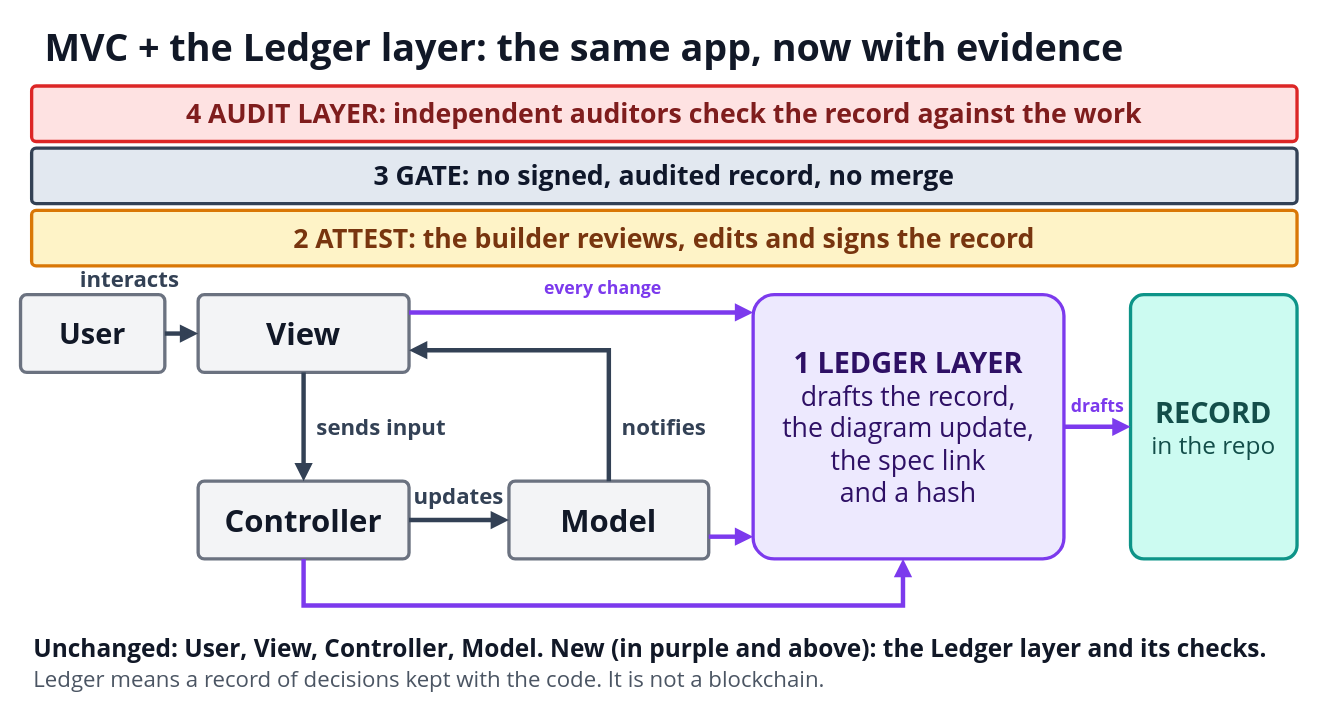
Above: diagrams/08b-mvc-with-ledger-layer.drawio in i-asimkhan/ledger-layer-pattern (draw.io), before the change. Source tidied: cells renumbered, new cells numbered last; positions are measured from the earlier drawing's top-left corner, leaving out a move shared by most shapes. Both pictures are drawn from the tidied source at 111%, with x=0, y=0 at pixel (20, 19).
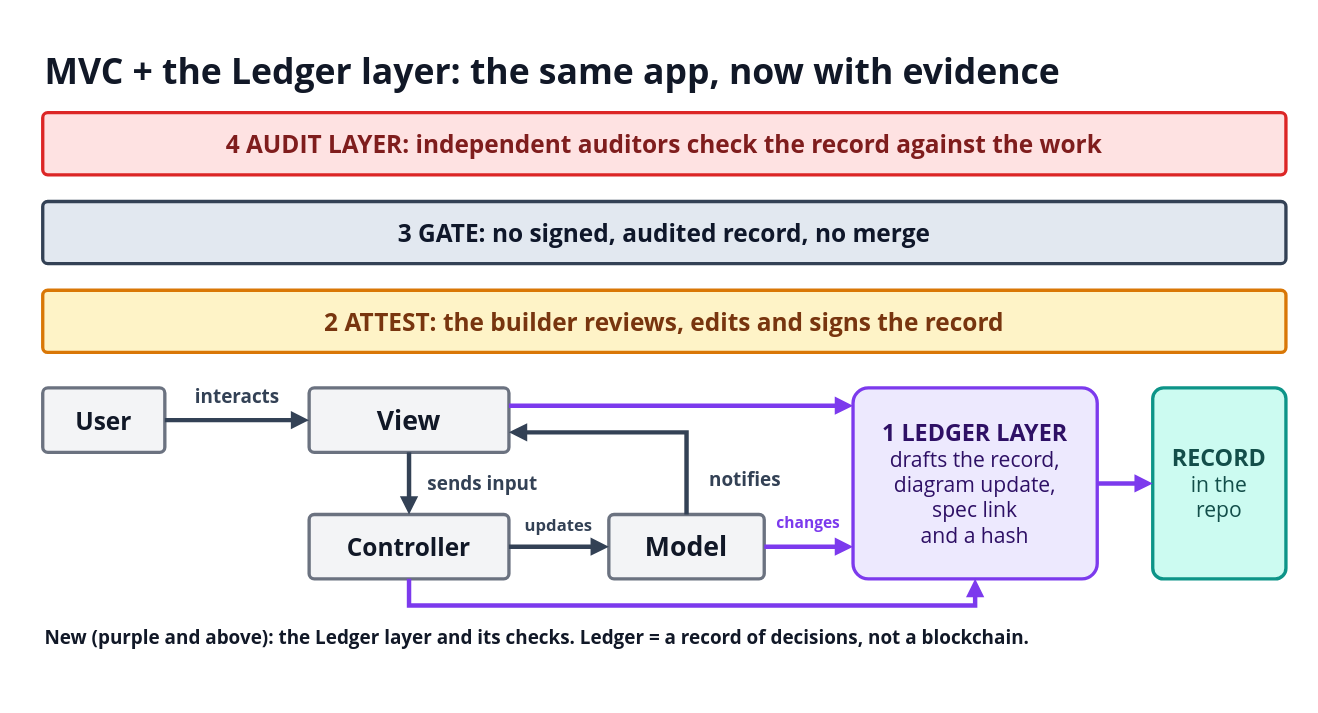
Above is the later version.

Diff of the diagram source:
```diff
@@
-    <mxCell id="2" value="MVC + the Ledger layer: the same app, now with evidence" style="text;html=1;strokeColor=none;fillColor=none;whiteSpace=wrap;verticalAlign=middle;align=left;fontSize=34;fontColor=#111827;fontFamily=Segoe UI;fontStyle=1;" parent="1" vertex="1">
-      <mxGeometry x="20" width="1120" height="50" as="geometry" />
+    <mxCell id="2" value="MVC + the Ledger layer: the same app, now with evidence" style="text;html=1;strokeColor=none;fillColor=none;whiteSpace=wrap;verticalAlign=middle;align=left;fontSize=32;fontColor=#111827;fontFamily=Segoe UI;fontStyle=1;" parent="1" vertex="1">
+      <mxGeometry x="20" y="26" width="1120" height="42" as="geometry" />
     </mxCell>
-    <mxCell id="3" value="&lt;span style=&quot;font-size:24px&quot;&gt;&lt;b&gt;4  AUDIT LAYER: independent auditors check the record against the work&lt;/b&gt;&lt;/span&gt;" style="rounded=1;arcSize=8;whiteSpace=wrap;html=1;fillColor=#FEE2E2;strokeColor=#DC2626;fontColor=#7F1D1D;strokeWidth=3;align=center;verticalAlign=middle;fontSize=24;fontFamily=Segoe UI;" parent="1" vertex="1">
-      <mxGeometry x="10" y="60" width="1140" height="50" as="geometry" />
+    <mxCell id="3" value="&lt;span style=&quot;font-size:22px&quot;&gt;&lt;b&gt;4  AUDIT LAYER: independent auditors check the record against the work&lt;/b&gt;&lt;/span&gt;" style="rounded=1;arcSize=8;whiteSpace=wrap;html=1;fillColor=#FEE2E2;strokeColor=#DC2626;fontColor=#7F1D1D;strokeWidth=3;align=center;verticalAlign=middle;fontSize=24;fontFamily=Segoe UI;spacing=14;" parent="1" vertex="1">
+      <mxGeometry x="20" y="84" width="1120" height="56" as="geometry" />
     </mxCell>
-    <mxCell id="4" value="&lt;span style=&quot;font-size:24px&quot;&gt;&lt;b&gt;3  GATE: no signed, audited record, no merge&lt;/b&gt;&lt;/span&gt;" style="rounded=1;arcSize=8;whiteSpace=wrap;html=1;fillColor=#E2E8F0;strokeColor=#334155;fontColor=#0F172A;strokeWidth=3;align=center;verticalAlign=middle;fontSize=24;fontFamily=Segoe UI;" parent="1" vertex="1">
-      <mxGeometry x="10" y="116" width="1140" height="50" as="geometry" />
+    <mxCell id="4" value="&lt;span style=&quot;font-size:22px&quot;&gt;&lt;b&gt;3  GATE: no signed, audited record, no merge&lt;/b&gt;&lt;/span&gt;" style="rounded=1;arcSize=8;whiteSpace=wrap;html=1;fillColor=#E2E8F0;strokeColor=#334155;fontColor=#0F172A;strokeWidth=3;align=center;verticalAlign=middle;fontSize=24;fontFamily=Segoe UI;spacing=14;" parent="1" vertex="1">
+      <mxGeometry x="20" y="164" width="1120" height="56" as="geometry" />
     </mxCell>
-    <mxCell id="5" value="&lt;span style=&quot;font-size:24px&quot;&gt;&lt;b&gt;2  ATTEST: the builder reviews, edits and signs the record&lt;/b&gt;&lt;/span&gt;" style="rounded=1;arcSize=8;whiteSpace=wrap;html=1;fillColor=#FEF3C7;strokeColor=#D97706;fontColor=#78350F;strokeWidth=3;align=center;verticalAlign=middle;fontSize=24;fontFamily=Segoe UI;" parent="1" vertex="1">
-      <mxGeometry x="10" y="172" width="1140" height="50" as="geometry" />
+    <mxCell id="5" value="&lt;span style=&quot;font-size:22px&quot;&gt;&lt;b&gt;2  ATTEST: the builder reviews, edits and signs the record&lt;/b&gt;&lt;/span&gt;" style="rounded=1;arcSize=8;whiteSpace=wrap;html=1;fillColor=#FEF3C7;strokeColor=#D97706;fontColor=#78350F;strokeWidth=3;align=center;verticalAlign=middle;fontSize=24;fontFamily=Segoe UI;spacing=14;" parent="1" vertex="1">
+      <mxGeometry x="20" y="244" width="1120" height="56" as="geometry" />
     </mxCell>
-    <mxCell id="6" value="&lt;span style=&quot;font-size:26px&quot;&gt;&lt;b&gt;User&lt;/b&gt;&lt;/span&gt;" style="rounded=1;arcSize=8;whiteSpace=wrap;html=1;fillColor=#F3F4F6;strokeColor=#6B7280;fontColor=#111827;strokeWidth=3;align=center;verticalAlign=middle;fontSize=24;fontFamily=Segoe UI;" parent="1" vertex="1">
-      <mxGeometry y="248" width="130" height="70" as="geometry" />
+    <mxCell id="6" value="&lt;span style=&quot;font-size:22px&quot;&gt;&lt;b&gt;User&lt;/b&gt;&lt;/span&gt;" style="rounded=1;arcSize=8;whiteSpace=wrap;html=1;fillColor=#F3F4F6;strokeColor=#6B7280;fontColor=#111827;strokeWidth=3;align=center;verticalAlign=middle;fontSize=24;fontFamily=Segoe UI;spacing=14;" parent="1" vertex="1">
+      <mxGeometry x="20" y="332" width="110" height="58" as="geometry" />
     </mxCell>
-    <mxCell id="7" value="&lt;span style=&quot;font-size:28px&quot;&gt;&lt;b&gt;View&lt;/b&gt;&lt;/span&gt;" style="rounded=1;arcSize=8;whiteSpace=wrap;html=1;fillColor=#F3F4F6;strokeColor=#6B7280;fontColor=#111827;strokeWidth=3;align=center;verticalAlign=middle;fontSize=24;fontFamily=Segoe UI;" parent="1" vertex="1">
-      <mxGeometry x="160" y="248" width="190" height="70" as="geometry" />
+    <mxCell id="7" value="&lt;span style=&quot;font-size:24px&quot;&gt;&lt;b&gt;View&lt;/b&gt;&lt;/span&gt;" style="rounded=1;arcSize=8;whiteSpace=wrap;html=1;fillColor=#F3F4F6;strokeColor=#6B7280;fontColor=#111827;strokeWidth=3;align=center;verticalAlign=middle;fontSize=24;fontFamily=Segoe UI;spacing=14;" parent="1" vertex="1">
+      <mxGeometry x="260" y="332" width="180" height="58" as="geometry" />
     </mxCell>
-    <mxCell id="8" value="&lt;span style=&quot;font-size:28px&quot;&gt;&lt;b&gt;Controller&lt;/b&gt;&lt;/span&gt;" style="rounded=1;arcSize=8;whiteSpace=wrap;html=1;fillColor=#F3F4F6;strokeColor=#6B7280;fontColor=#111827;strokeWidth=3;align=center;verticalAlign=middle;fontSize=24;fontFamily=Segoe UI;" parent="1" vertex="1">
-      <mxGeometry x="160" y="416" width="190" height="70" as="geometry" />
+    <mxCell id="8" value="&lt;span style=&quot;font-size:22px&quot;&gt;&lt;b&gt;Controller&lt;/b&gt;&lt;/span&gt;" style="rounded=1;arcSize=8;whiteSpace=wrap;html=1;fillColor=#F3F4F6;strokeColor=#6B7280;fontColor=#111827;strokeWidth=3;align=center;verticalAlign=middle;fontSize=24;fontFamily=Segoe UI;spacing=14;" parent="1" vertex="1">
+      <mxGeometry x="260" y="446" width="180" height="58" as="geometry" />
     </mxCell>
-    <mxCell id="9" value="&lt;span style=&quot;font-size:28px&quot;&gt;&lt;b&gt;Model&lt;/b&gt;&lt;/span&gt;" style="rounded=1;arcSize=8;whiteSpace=wrap;html=1;fillColor=#F3F4F6;strokeColor=#6B7280;fontColor=#111827;strokeWidth=3;align=center;verticalAlign=middle;fontSize=24;fontFamily=Segoe UI;" parent="1" vertex="1">
-      <mxGeometry x="440" y="416" width="180" height="70" as="geometry" />
+    <mxCell id="9" value="&lt;span style=&quot;font-size:24px&quot;&gt;&lt;b&gt;Model&lt;/b&gt;&lt;/span&gt;" style="rounded=1;arcSize=8;whiteSpace=wrap;html=1;fillColor=#F3F4F6;strokeColor=#6B7280;fontColor=#111827;strokeWidth=3;align=center;verticalAlign=middle;fontSize=24;fontFamily=Segoe UI;spacing=14;" parent="1" vertex="1">
+      <mxGeometry x="530" y="446" width="140" height="58" as="geometry" />
     </mxCell>
     <mxCell id="10" style="endArrow=block;endFill=1;html=1;rounded=0;strokeColor=#334155;strokeWidth=4;" parent="1" edge="1">
       <mxGeometry relative="1" as="geometry">
-        <mxPoint x="130" y="283" as="sourcePoint" />
-        <mxPoint x="160" y="283" as="targetPoint" />
+        <mxPoint x="130" y="361" as="sourcePoint" />
+        <mxPoint x="260" y="361" as="targetPoint" />
       </mxGeometry>
     </mxCell>
-    <mxCell id="11" value="interacts" style="text;html=1;strokeColor=none;fillColor=none;whiteSpace=wrap;verticalAlign=middle;align=center;fontSize=20;fontColor=#334155;fontFamily=Segoe UI;fontStyle=1;" parent="1" vertex="1">
-      <mxGeometry x="43.5" y="220" width="109" height="28" as="geometry" />
+    <mxCell id="11" value="interacts" style="text;html=1;strokeColor=none;fillColor=none;whiteSpace=wrap;verticalAlign=middle;labelBackgroundColor=#FFFFFF;align=center;fontSize=17;fontColor=#334155;fontFamily=Segoe UI;fontStyle=1;" parent="1" vertex="1">
+      <mxGeometry x="149.5" y="327" width="91" height="26" as="geometry" />
     </mxCell>
     <mxCell id="12" style="endArrow=block;endFill=1;html=1;rounded=0;strokeColor=#334155;strokeWidth=4;" parent="1" edge="1">
       <mxGeometry relative="1" as="geometry">
-        <mxPoint x="255" y="318" as="sourcePoint" />
-        <mxPoint x="255" y="416" as="targetPoint" />
+        <mxPoint x="350" y="390" as="sourcePoint" />
+        <mxPoint x="350" y="446" as="targetPoint" />
       </mxGeometry>
     </mxCell>
-    <mxCell id="13" value="sends input" style="text;html=1;strokeColor=none;fillColor=none;whiteSpace=wrap;verticalAlign=middle;align=left;fontSize=20;fontColor=#334155;fontFamily=Segoe UI;fontStyle=1;" parent="1" vertex="1">
-      <mxGeometry x="265" y="353" width="130" height="28" as="geometry" />
+    <mxCell id="13" value="sends input" style="text;html=1;strokeColor=none;fillColor=none;whiteSpace=wrap;verticalAlign=middle;labelBackgroundColor=#FFFFFF;align=center;fontSize=17;fontColor=#334155;fontFamily=Segoe UI;fontStyle=1;" parent="1" vertex="1">
+      <mxGeometry x="362" y="405" width="109" height="26" as="geometry" />
     </mxCell>
     <mxCell id="14" style="endArrow=block;endFill=1;html=1;rounded=0;strokeColor=#334155;strokeWidth=4;" parent="1" edge="1">
       <mxGeometry relative="1" as="geometry">
-        <mxPoint x="350" y="451" as="sourcePoint" />
-        <mxPoint x="440" y="451" as="targetPoint" />
+        <mxPoint x="440" y="475" as="sourcePoint" />
+        <mxPoint x="530" y="475" as="targetPoint" />
       </mxGeometry>
     </mxCell>
-    <mxCell id="15" value="updates" style="text;html=1;strokeColor=none;fillColor=none;whiteSpace=wrap;verticalAlign=middle;align=center;fontSize=20;fontColor=#334155;fontFamily=Segoe UI;fontStyle=1;" parent="1" vertex="1">
-      <mxGeometry x="351" y="415" width="88" height="28" as="geometry" />
+    <mxCell id="15" value="updates" style="text;html=1;strokeColor=none;fillColor=none;whiteSpace=wrap;verticalAlign=middle;labelBackgroundColor=#FFFFFF;align=center;fontSize=15;fontColor=#334155;fontFamily=Segoe UI;fontStyle=1;" parent="1" vertex="1">
+      <mxGeometry x="452" y="441" width="66" height="26" as="geometry" />
     </mxCell>
     <mxCell id="16" style="endArrow=block;endFill=1;html=1;rounded=0;strokeColor=#334155;strokeWidth=4;" parent="1" edge="1">
       <mxGeometry relative="1" as="geometry">
-        <mxPoint x="530" y="416" as="sourcePoint" />
-        <mxPoint x="350" y="298" as="targetPoint" />
+        <mxPoint x="600" y="446" as="sourcePoint" />
+        <mxPoint x="440" y="372" as="targetPoint" />
         <Array as="points">
-          <mxPoint x="530" y="298" />
+          <mxPoint x="600" y="372" />
         </Array>
       </mxGeometry>
     </mxCell>
-    <mxCell id="17" value="notifies" style="text;html=1;strokeColor=none;fillColor=none;whiteSpace=wrap;verticalAlign=middle;align=left;fontSize=20;fontColor=#334155;fontFamily=Segoe UI;fontStyle=1;" parent="1" vertex="1">
-      <mxGeometry x="540" y="353" width="99" height="28" as="geometry" />
+    <mxCell id="17" value="notifies" style="text;html=1;strokeColor=none;fillColor=none;whiteSpace=wrap;verticalAlign=middle;labelBackgroundColor=#FFFFFF;align=center;fontSize=17;fontColor=#334155;fontFamily=Segoe UI;fontStyle=1;" parent="1" vertex="1">
+      <mxGeometry x="612" y="402" width="82" height="26" as="geometry" />
     </mxCell>
-    <mxCell id="18" value="&lt;span style=&quot;font-size:26px&quot;&gt;&lt;b&gt;1  LEDGER LAYER&lt;/b&gt;&lt;/span&gt;&lt;br&gt;&lt;span style=&quot;font-size:24px&quot;&gt;drafts the record,&lt;/span&gt;&lt;br&gt;&lt;span style=&quot;font-size:24px&quot;&gt;the diagram update,&lt;/span&gt;&lt;br&gt;&lt;span style=&quot;font-size:24px&quot;&gt;the spec link&lt;/span&gt;&lt;br&gt;&lt;span style=&quot;font-size:24px&quot;&gt;and a hash&lt;/span&gt;" style="rounded=1;arcSize=8;whiteSpace=wrap;html=1;fillColor=#EDE9FE;strokeColor=#7C3AED;fontColor=#2E1065;strokeWidth=3;align=center;verticalAlign=middle;fontSize=24;fontFamily=Segoe UI;" parent="1" vertex="1">
-      <mxGeometry x="660" y="248" width="280" height="238" as="geometry" />
+    <mxCell id="18" value="&lt;span style=&quot;font-size:21px&quot;&gt;&lt;b&gt;1  LEDGER LAYER&lt;/b&gt;&lt;/span&gt;&lt;br&gt;&lt;span style=&quot;font-size:19px&quot;&gt;drafts the record,&lt;/span&gt;&lt;br&gt;&lt;span style=&quot;font-size:19px&quot;&gt;diagram update,&lt;/span&gt;&lt;br&gt;&lt;span style=&quot;font-size:19px&quot;&gt;spec link&lt;/span&gt;&lt;br&gt;&lt;span style=&quot;font-size:19px&quot;&gt;and a hash&lt;/span&gt;" style="rounded=1;arcSize=8;whiteSpace=wrap;html=1;fillColor=#EDE9FE;strokeColor=#7C3AED;fontColor=#2E1065;strokeWidth=3;align=center;verticalAlign=middle;fontSize=19;fontFamily=Segoe UI;spacing=14;" parent="1" vertex="1">
+      <mxGeometry x="750" y="332" width="220" height="172" as="geometry" />
     </mxCell>
-    <mxCell id="19" value="&lt;span style=&quot;font-size:26px&quot;&gt;&lt;b&gt;RECORD&lt;/b&gt;&lt;/span&gt;&lt;br&gt;&lt;span style=&quot;font-size:22px&quot;&gt;in the repo&lt;/span&gt;" style="rounded=1;arcSize=8;whiteSpace=wrap;html=1;fillColor=#CCFBF1;strokeColor=#0D9488;fontColor=#134E4A;strokeWidth=3;align=center;verticalAlign=middle;fontSize=22;fontFamily=Segoe UI;" parent="1" vertex="1">
-      <mxGeometry x="1000" y="248" width="150" height="238" as="geometry" />
+    <mxCell id="19" value="&lt;span style=&quot;font-size:21px&quot;&gt;&lt;b&gt;RECORD&lt;/b&gt;&lt;/span&gt;&lt;br&gt;&lt;span style=&quot;font-size:19px&quot;&gt;in the&lt;/span&gt;&lt;br&gt;&lt;span style=&quot;font-size:19px&quot;&gt;repo&lt;/span&gt;" style="rounded=1;arcSize=8;whiteSpace=wrap;html=1;fillColor=#CCFBF1;strokeColor=#0D9488;fontColor=#134E4A;strokeWidth=3;align=center;verticalAlign=middle;fontSize=19;fontFamily=Segoe UI;spacing=14;" parent="1" vertex="1">
+      <mxGeometry x="1020" y="332" width="120" height="172" as="geometry" />
     </mxCell>
     <mxCell id="20" style="endArrow=block;endFill=1;html=1;rounded=0;strokeColor=#7C3AED;strokeWidth=4;" parent="1" edge="1">
       <mxGeometry relative="1" as="geometry">
-        <mxPoint x="350" y="264" as="sourcePoint" />
-        <mxPoint x="660" y="264" as="targetPoint" />
+        <mxPoint x="440" y="348" as="sourcePoint" />
+        <mxPoint x="750" y="348" as="targetPoint" />
       </mxGeometry>
     </mxCell>
     <mxCell id="21" style="endArrow=block;endFill=1;html=1;rounded=0;strokeColor=#7C3AED;strokeWidth=4;" parent="1" edge="1">
       <mxGeometry relative="1" as="geometry">
-        <mxPoint x="620" y="466" as="sourcePoint" />
-        <mxPoint x="660" y="466" as="targetPoint" />
+        <mxPoint x="670" y="475" as="sourcePoint" />
+        <mxPoint x="750" y="475" as="targetPoint" />
       </mxGeometry>
     </mxCell>
-    <mxCell id="22" style="endArrow=block;endFill=1;html=1;rounded=0;strokeColor=#7C3AED;strokeWidth=4;" parent="1" edge="1">
-      <mxGeometry relative="1" as="geometry">
-        <mxPoint x="255" y="486" as="sourcePoint" />
-        <mxPoint x="795" y="486" as="targetPoint" />
-        <Array as="points">
-          <mxPoint x="255" y="528" />
-          <mxPoint x="795" y="528" />
-        </Array>
-      </mxGeometry>
+    <mxCell id="22" value="changes" style="text;html=1;strokeColor=none;fillColor=none;whiteSpace=wrap;verticalAlign=middle;labelBackgroundColor=#FFFFFF;align=center;fontSize=14;fontColor=#7C3AED;fontFamily=Segoe UI;fontStyle=1;" parent="1" vertex="1">
+      <mxGeometry x="679" y="441" width="62" height="26" as="geometry" />
     </mxCell>
-    <mxCell id="23" value="every change" style="text;html=1;strokeColor=none;fillColor=none;whiteSpace=wrap;verticalAlign=middle;align=center;fontSize=16;fontColor=#7C3AED;fontFamily=Segoe UI;fontStyle=1;" parent="1" vertex="1">
-      <mxGeometry x="410" y="232" width="230" height="20" as="geometry" />
+    <mxCell id="23" style="endArrow=block;endFill=1;html=1;rounded=0;strokeColor=#7C3AED;strokeWidth=4;" parent="1" edge="1">
+      <mxGeometry relative="1" as="geometry">
+        <mxPoint x="350" y="504" as="sourcePoint" />
+        <mxPoint x="860" y="504" as="targetPoint" />
+        <Array as="points">
+          <mxPoint x="350" y="528" />
+          <mxPoint x="860" y="528" />
+        </Array>
+      </mxGeometry>
     </mxCell>
     <mxCell id="24" style="endArrow=block;endFill=1;html=1;rounded=0;strokeColor=#7C3AED;strokeWidth=4;" parent="1" edge="1">
       <mxGeometry relative="1" as="geometry">
-        <mxPoint x="940" y="367" as="sourcePoint" />
-        <mxPoint x="1000" y="367" as="targetPoint" />
+        <mxPoint x="970" y="418" as="sourcePoint" />
+        <mxPoint x="1020" y="418" as="targetPoint" />
       </mxGeometry>
     </mxCell>
-    <mxCell id="25" value="drafts" style="text;html=1;strokeColor=none;fillColor=none;whiteSpace=wrap;verticalAlign=middle;align=center;fontSize=16;fontColor=#7C3AED;fontFamily=Segoe UI;fontStyle=1;" parent="1" vertex="1">
-      <mxGeometry x="937.5" y="334" width="65" height="28" as="geometry" />
+    <mxCell id="25" value="New (purple and above): the Ledger layer and its checks. Ledger = a record of decisions, not a blockchain." style="text;html=1;strokeColor=none;fillColor=none;whiteSpace=wrap;verticalAlign=middle;align=left;fontSize=17;fontColor=#111827;fontFamily=Segoe UI;fontStyle=1;" parent="1" vertex="1">
+      <mxGeometry x="20" y="542" width="1120" height="30" as="geometry" />
     </mxCell>
-    <mxCell id="26" value="Unchanged: User, View, Controller, Model. New (in purple and above): the Ledger layer and its checks." style="text;html=1;strokeColor=none;fillColor=none;whiteSpace=wrap;verticalAlign=middle;align=left;fontSize=22;fontColor=#111827;fontFamily=Segoe UI;fontStyle=1;" parent="1" vertex="1">
-      <mxGeometry x="10" y="546" width="1140" height="40" as="geometry" />
-    </mxCell>
-    <mxCell id="27" value="Ledger means a record of decisions kept with the code. It is not a blockchain." style="text;html=1;strokeColor=none;fillColor=none;whiteSpace=wrap;verticalAlign=middle;align=left;fontSize=20;fontColor=#4B5563;fontFamily=Segoe UI;fontStyle=0;" parent="1" vertex="1">
-      <mxGeometry x="10" y="580" width="1140" height="28" as="geometry" />
-    </mxCell>
```
